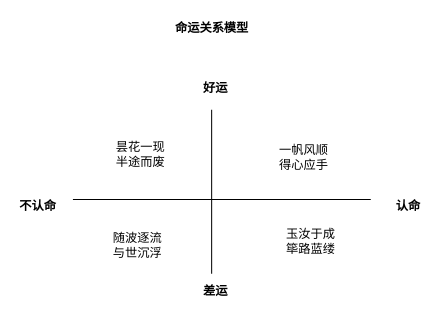
Before: page "命运模型" (9 of 9) of 模型.drawio in mashifei/uml, a draw.io diagram. Source tidied: cells renumbered, new cells numbered last; positions are measured from the earlier drawing's top-left corner, leaving out a move shared by most shapes. Both pictures are drawn from the tidied source at 102%, with x=0, y=0 at pixel (17, 17).
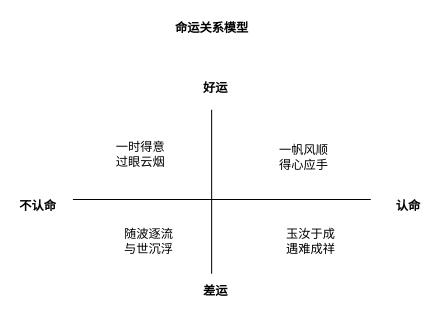
Above is the later version.

Diff of the diagram source:
```diff
@@
 <mxGraphModel>
   <root>
     <mxCell id="0" />
     <mxCell id="1" parent="0" />
     <mxCell id="2" style="endArrow=none;html=1;" parent="1" edge="1">
       <mxGeometry relative="1" as="geometry">
         <mxPoint x="54" y="178" as="sourcePoint" />
         <mxPoint x="346" y="178" as="targetPoint" />
       </mxGeometry>
     </mxCell>
     <mxCell id="3" style="endArrow=none;html=1;" parent="1" edge="1">
       <mxGeometry relative="1" as="geometry">
         <mxPoint x="190" y="90" as="sourcePoint" />
         <mxPoint x="190" y="251" as="targetPoint" />
       </mxGeometry>
     </mxCell>
     <mxCell id="4" value="认命" style="text;html=1;strokeColor=none;fillColor=none;align=center;verticalAlign=middle;whiteSpace=wrap;rounded=0;fontStyle=1;" parent="1" vertex="1">
       <mxGeometry x="363" y="175" width="40" height="20" as="geometry" />
     </mxCell>
     <mxCell id="5" value="好运" style="text;html=1;strokeColor=none;fillColor=none;align=center;verticalAlign=middle;whiteSpace=wrap;rounded=0;fontStyle=1;" parent="1" vertex="1">
       <mxGeometry x="174" y="59" width="40" height="20" as="geometry" />
     </mxCell>
     <mxCell id="6" value="不认命" style="text;html=1;strokeColor=none;fillColor=none;align=center;verticalAlign=middle;whiteSpace=wrap;rounded=0;fontStyle=1;" parent="1" vertex="1">
       <mxGeometry y="175" width="40" height="20" as="geometry" />
     </mxCell>
     <mxCell id="7" value="差运" style="text;html=1;strokeColor=none;fillColor=none;align=center;verticalAlign=middle;whiteSpace=wrap;rounded=0;fontStyle=1;" parent="1" vertex="1">
       <mxGeometry x="174" y="258" width="40" height="20" as="geometry" />
     </mxCell>
-    <mxCell id="8" value="玉汝于成&lt;br&gt;筚路蓝缕" style="text;html=1;strokeColor=none;fillColor=none;align=center;verticalAlign=middle;whiteSpace=wrap;rounded=0;" parent="1" vertex="1">
+    <mxCell id="8" value="玉汝于成&lt;br&gt;遇难成祥" style="text;html=1;strokeColor=none;fillColor=none;align=center;verticalAlign=middle;whiteSpace=wrap;rounded=0;" parent="1" vertex="1">
       <mxGeometry x="257" y="209" width="61" height="20" as="geometry" />
     </mxCell>
     <mxCell id="9" value="一帆风顺&lt;br&gt;得心应手" style="text;html=1;strokeColor=none;fillColor=none;align=center;verticalAlign=middle;whiteSpace=wrap;rounded=0;" parent="1" vertex="1">
       <mxGeometry x="250" y="127" width="61" height="20" as="geometry" />
     </mxCell>
-    <mxCell id="10" value="昙花一现&lt;br&gt;半途而废" style="text;html=1;strokeColor=none;fillColor=none;align=center;verticalAlign=middle;whiteSpace=wrap;rounded=0;" parent="1" vertex="1">
+    <mxCell id="10" value="一时得意&lt;br&gt;过眼云烟" style="text;html=1;strokeColor=none;fillColor=none;align=center;verticalAlign=middle;whiteSpace=wrap;rounded=0;" parent="1" vertex="1">
       <mxGeometry x="89.5" y="124" width="61" height="20" as="geometry" />
     </mxCell>
     <mxCell id="11" value="随波逐流&lt;br&gt;与世沉浮" style="text;html=1;strokeColor=none;fillColor=none;align=center;verticalAlign=middle;whiteSpace=wrap;rounded=0;" parent="1" vertex="1">
-      <mxGeometry x="87" y="213" width="61" height="20" as="geometry" />
+      <mxGeometry x="98" y="209" width="61" height="20" as="geometry" />
     </mxCell>
     <mxCell id="12" style="edgeStyle=orthogonalEdgeStyle;rounded=0;orthogonalLoop=1;jettySize=auto;html=1;exitX=0.5;exitY=1;exitDx=0;exitDy=0;" parent="1" edge="1" source="9" target="9">
       <mxGeometry relative="1" as="geometry" />
     </mxCell>
     <mxCell id="13" value="命运关系模型" style="text;html=1;strokeColor=none;fillColor=none;align=center;verticalAlign=middle;whiteSpace=wrap;rounded=0;fontStyle=1;" parent="1" vertex="1">
       <mxGeometry x="144" width="93" height="20" as="geometry" />
     </mxCell>
   </root>
 </mxGraphModel>
```
